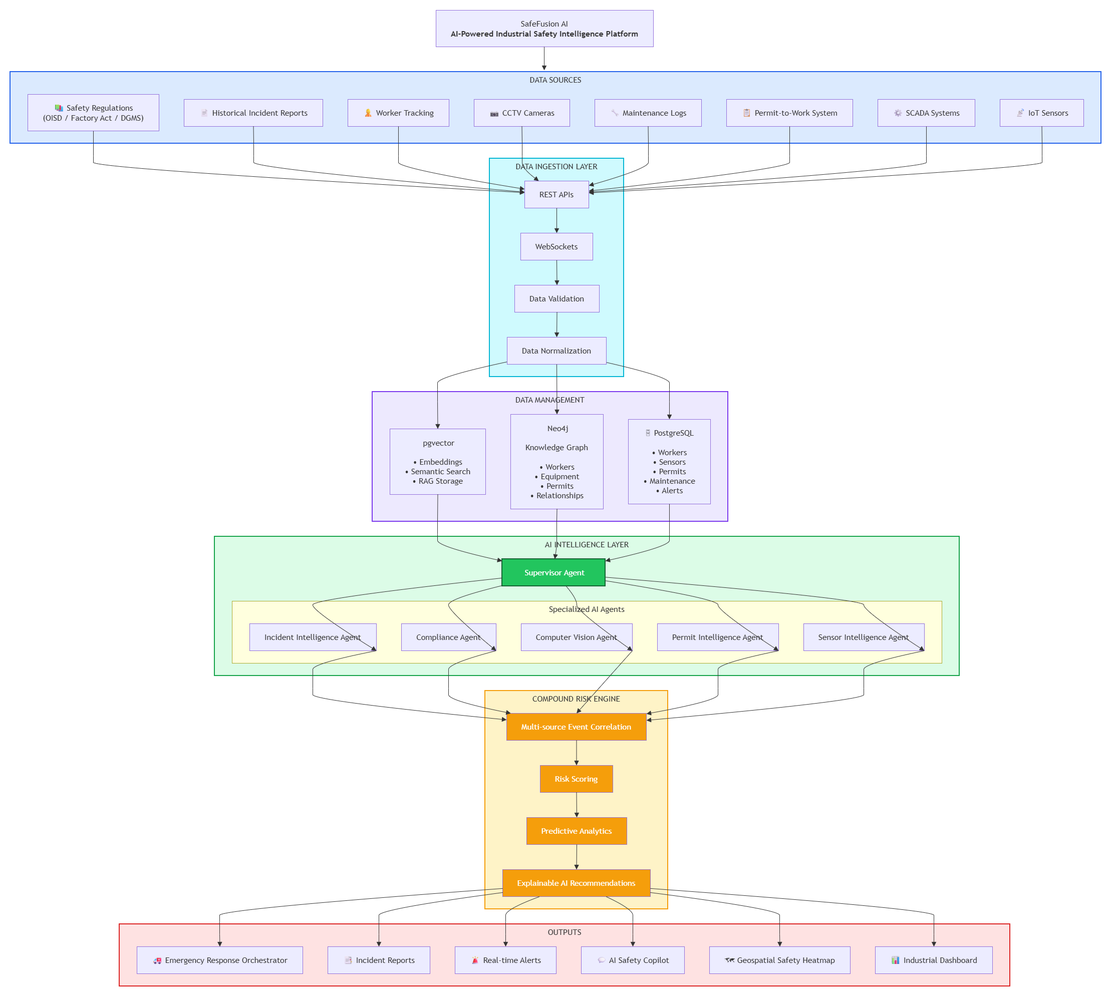
Shalton2005/safefusion-ai keeps this draw.io diagram as diagrams/high-level-architecture.png. Above is the earlier version. Source tidied: cells renumbered, new cells last; positions are measured from the earlier drawing's top-left corner, leaving out a move shared by most shapes.
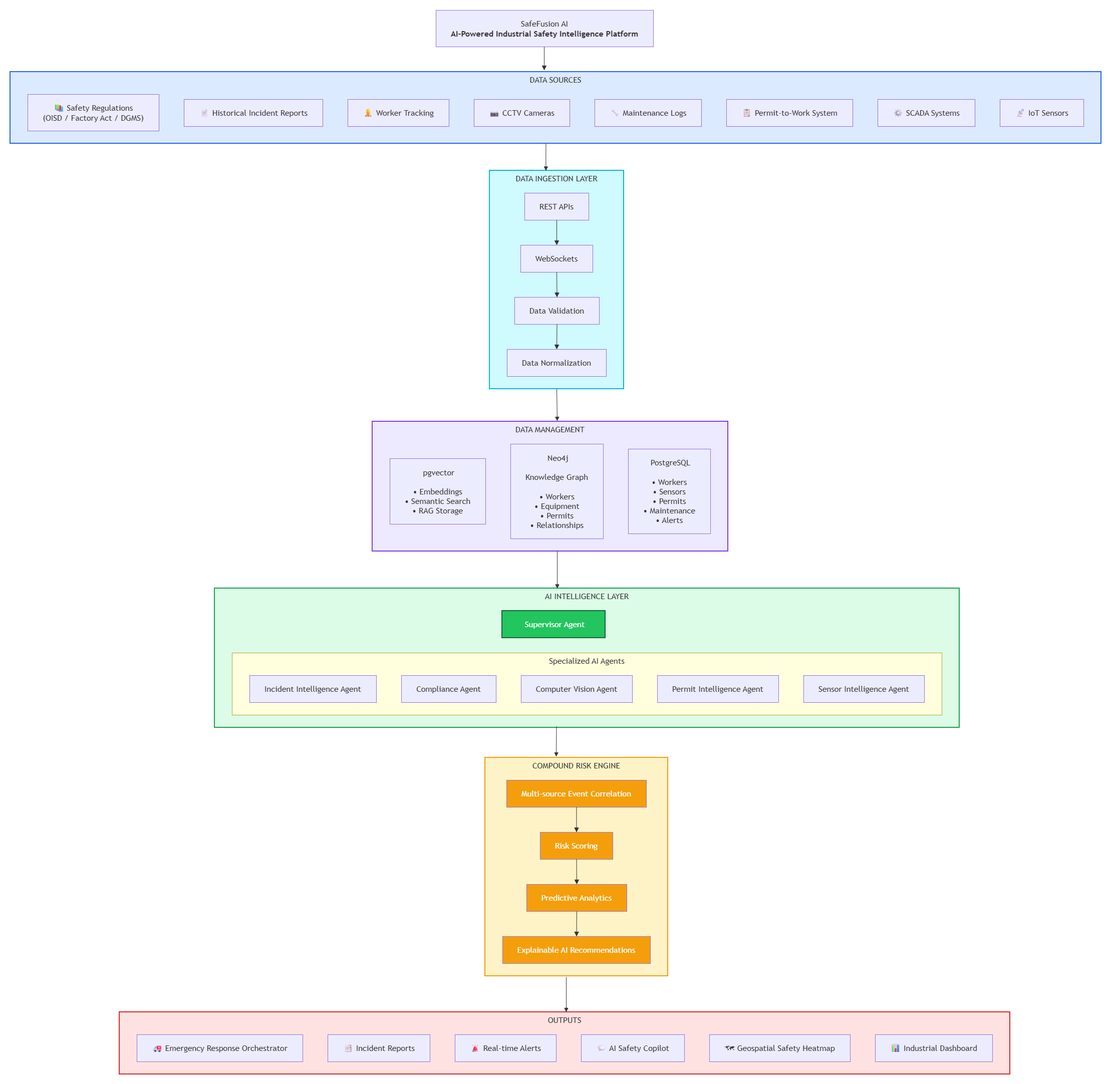
After the commit.

Commit message:
high-level architecture

Diff of the diagram source:
```diff
@@ -33,7 +33,7 @@
       <mxGeometry x="35" y="45" width="262" height="73" as="geometry" />
     </mxCell>
     <mxCell id="12" value="DATA INGESTION LAYER" style="html=1;whiteSpace=wrap;strokeWidth=2;verticalAlign=top;fillColor=#CFFAFE;strokeColor=#06B6D4;fontColor=light-dark(#333333,#cccccc);fontFamily=Trebuchet MS,Verdana,Arial,sans-serif;fontSize=16;" parent="2" vertex="1">
-      <mxGeometry x="997" y="366" width="268" height="436" as="geometry" />
+      <mxGeometry x="997" y="390" width="268" height="436" as="geometry" />
     </mxCell>
     <mxCell id="13" value="REST APIs" style="html=1;whiteSpace=wrap;strokeWidth=1;fillColor=light-dark(#ECECFF,#1f2020);strokeColor=light-dark(#9370DB,#cccccc);fontColor=light-dark(#333333,#cccccc);fontFamily=Trebuchet MS,Verdana,Arial,sans-serif;fontSize=16;" parent="12" vertex="1">
       <mxGeometry x="70" y="45" width="128" height="54" as="geometry" />
@@ -57,9 +57,9 @@
       <mxGeometry relative="1" as="geometry" />
     </mxCell>
     <mxCell id="20" value="DATA MANAGEMENT" style="html=1;whiteSpace=wrap;strokeWidth=2;verticalAlign=top;fillColor=#EDE9FE;strokeColor=#7C3AED;fontColor=light-dark(#333333,#cccccc);fontFamily=Trebuchet MS,Verdana,Arial,sans-serif;fontSize=16;" parent="2" vertex="1">
-      <mxGeometry x="763" y="832" width="710" height="259" as="geometry" />
+      <mxGeometry x="763" y="891" width="710" height="259" as="geometry" />
     </mxCell>
-    <mxCell id="21" value="🗄 PostgreSQL&#10;&#10;• Workers&#10;• Sensors&#10;• Permits&#10;• Maintenance&#10;• Alerts" style="html=1;whiteSpace=wrap;strokeWidth=1;fillColor=light-dark(#ECECFF,#1f2020);strokeColor=light-dark(#9370DB,#cccccc);fontColor=light-dark(#333333,#cccccc);fontFamily=Trebuchet MS,Verdana,Arial,sans-serif;fontSize=16;" parent="20" vertex="1">
+    <mxCell id="21" value="&amp;nbsp;PostgreSQL&lt;br&gt;&lt;br&gt;• Workers&lt;br&gt;• Sensors&lt;br&gt;• Permits&lt;br&gt;• Maintenance&lt;br&gt;• Alerts" style="html=1;whiteSpace=wrap;strokeWidth=1;fillColor=light-dark(#ECECFF,#1f2020);strokeColor=light-dark(#9370DB,#cccccc);fontColor=light-dark(#333333,#cccccc);fontFamily=Trebuchet MS,Verdana,Arial,sans-serif;fontSize=16;" parent="20" vertex="1">
       <mxGeometry x="511" y="55" width="164" height="169" as="geometry" />
     </mxCell>
     <mxCell id="22" value="&amp;nbsp;Neo4j&lt;br&gt;&lt;br&gt;Knowledge Graph&lt;br&gt;&lt;br&gt;• Workers&lt;br&gt;• Equipment&lt;br&gt;• Permits&lt;br&gt;• Relationships" style="html=1;whiteSpace=wrap;strokeWidth=1;fillColor=light-dark(#ECECFF,#1f2020);strokeColor=light-dark(#9370DB,#cccccc);fontColor=light-dark(#333333,#cccccc);fontFamily=Trebuchet MS,Verdana,Arial,sans-serif;fontSize=16;" parent="20" vertex="1">
@@ -69,7 +69,7 @@
       <mxGeometry x="35" y="74" width="191" height="131" as="geometry" />
     </mxCell>
     <mxCell id="24" value="AI INTELLIGENCE LAYER" style="html=1;whiteSpace=wrap;strokeWidth=2;verticalAlign=top;fillColor=#DCFCE7;strokeColor=#16A34A;fontColor=light-dark(#333333,#cccccc);fontFamily=Trebuchet MS,Verdana,Arial,sans-serif;fontSize=16;" parent="2" vertex="1">
-      <mxGeometry x="448" y="1121" width="1487" height="278" as="geometry" />
+      <mxGeometry x="448" y="1224" width="1487" height="278" as="geometry" />
     </mxCell>
     <mxCell id="25" value="Specialized AI Agents" style="html=1;whiteSpace=wrap;strokeWidth=1;verticalAlign=top;fillColor=light-dark(#ffffde,#1f2020);strokeColor=light-dark(#aaaa33,#cccccc);fontColor=light-dark(#333333,#cccccc);fontFamily=Trebuchet MS,Verdana,Arial,sans-serif;fontSize=16;" parent="24" vertex="1">
       <mxGeometry x="35" y="129" width="1417" height="124" as="geometry" />
@@ -92,48 +92,8 @@
     <mxCell id="31" value="&amp;nbsp;Supervisor Agent" style="html=1;whiteSpace=wrap;strokeWidth=2;fillColor=#22C55E;strokeColor=#166534;fontColor=#fff;fontFamily=Trebuchet MS,Verdana,Arial,sans-serif;fontSize=16;" parent="24" vertex="1">
       <mxGeometry x="574" y="45" width="206" height="54" as="geometry" />
     </mxCell>
-    <mxCell id="32" style="curved=1;startArrow=none;endArrow=block;endSize=7;strokeColor=light-dark(#333333,#cccccc);exitX=1;exitY=0.67;entryX=1;entryY=1;rounded=0;" parent="24" edge="1" source="31" target="26">
-      <mxGeometry relative="1" as="geometry">
-        <Array as="points">
-          <mxPoint x="1296" y="124" />
-          <mxPoint x="1296" y="149" />
-        </Array>
-      </mxGeometry>
-    </mxCell>
-    <mxCell id="33" style="curved=1;startArrow=none;endArrow=block;endSize=7;strokeColor=light-dark(#333333,#cccccc);exitX=1;exitY=0.8;entryX=1;entryY=1;rounded=0;" parent="24" edge="1" source="31" target="27">
-      <mxGeometry relative="1" as="geometry">
-        <Array as="points">
-          <mxPoint x="1005" y="124" />
-          <mxPoint x="1005" y="149" />
-        </Array>
-      </mxGeometry>
-    </mxCell>
-    <mxCell id="34" style="curved=1;startArrow=none;endArrow=block;endSize=7;strokeColor=light-dark(#333333,#cccccc);exitX=0.62;exitY=1;entryX=1;entryY=1;rounded=0;" parent="24" edge="1" source="31" target="28">
-      <mxGeometry relative="1" as="geometry">
-        <Array as="points">
-          <mxPoint x="723" y="124" />
-          <mxPoint x="723" y="149" />
-        </Array>
-      </mxGeometry>
-    </mxCell>
-    <mxCell id="35" style="curved=1;startArrow=none;endArrow=block;endSize=7;strokeColor=light-dark(#333333,#cccccc);exitX=0;exitY=0.98;entryX=1;entryY=1;rounded=0;" parent="24" edge="1" source="31" target="29">
-      <mxGeometry relative="1" as="geometry">
-        <Array as="points">
-          <mxPoint x="467" y="124" />
-          <mxPoint x="467" y="149" />
-        </Array>
-      </mxGeometry>
-    </mxCell>
-    <mxCell id="36" style="curved=1;startArrow=none;endArrow=block;endSize=7;strokeColor=light-dark(#333333,#cccccc);exitX=0;exitY=0.7;entryX=1;entryY=1;rounded=0;" parent="24" edge="1" source="31" target="30">
-      <mxGeometry relative="1" as="geometry">
-        <Array as="points">
-          <mxPoint x="196" y="124" />
-          <mxPoint x="196" y="149" />
-        </Array>
-      </mxGeometry>
-    </mxCell>
     <mxCell id="37" value="COMPOUND RISK ENGINE" style="html=1;whiteSpace=wrap;strokeWidth=2;verticalAlign=top;fillColor=#FEF3C7;strokeColor=#F59E0B;fontColor=light-dark(#333333,#cccccc);fontFamily=Trebuchet MS,Verdana,Arial,sans-serif;fontSize=16;" parent="2" vertex="1">
-      <mxGeometry x="988" y="1429" width="365" height="436" as="geometry" />
+      <mxGeometry x="988" y="1562" width="365" height="436" as="geometry" />
     </mxCell>
     <mxCell id="38" value="Multi-source Event Correlation" style="html=1;whiteSpace=wrap;strokeWidth=1;fillColor=#F59E0B;strokeColor=light-dark(#9370DB,#cccccc);fontColor=#fff;fontFamily=Trebuchet MS,Verdana,Arial,sans-serif;fontSize=16;" parent="37" vertex="1">
       <mxGeometry x="43" y="45" width="279" height="54" as="geometry" />
@@ -157,7 +117,7 @@
       <mxGeometry relative="1" as="geometry" />
     </mxCell>
     <mxCell id="45" value="OUTPUTS" style="html=1;whiteSpace=wrap;strokeWidth=2;verticalAlign=top;fillColor=#FEE2E2;strokeColor=#DC2626;fontColor=light-dark(#333333,#cccccc);fontFamily=Trebuchet MS,Verdana,Arial,sans-serif;fontSize=16;" parent="2" vertex="1">
-      <mxGeometry x="258" y="1895" width="1778" height="124" as="geometry" />
+      <mxGeometry x="258" y="2070" width="1778" height="124" as="geometry" />
     </mxCell>
     <mxCell id="46" value="📊 Industrial Dashboard" style="html=1;whiteSpace=wrap;strokeWidth=1;fillColor=light-dark(#ECECFF,#1f2020);strokeColor=light-dark(#9370DB,#cccccc);fontColor=light-dark(#333333,#cccccc);fontFamily=Trebuchet MS,Verdana,Arial,sans-serif;fontSize=16;" parent="45" vertex="1">
       <mxGeometry x="1509" y="45" width="234" height="54" as="geometry" />
@@ -186,222 +146,31 @@
         <mxPoint x="1106" y="190" as="targetPoint" />
       </mxGeometry>
     </mxCell>
-    <mxCell id="54" style="curved=1;startArrow=none;endArrow=block;endSize=7;strokeColor=light-dark(#333333,#cccccc);exitX=0.5;exitY=1;entryX=1;entryY=0.44;rounded=0;" parent="2" edge="1" source="4" target="13">
-      <mxGeometry relative="1" as="geometry">
-        <Array as="points">
-          <mxPoint x="2100" y="336" />
-          <mxPoint x="2100" y="361" />
-          <mxPoint x="2100" y="386" />
-        </Array>
-      </mxGeometry>
-    </mxCell>
-    <mxCell id="55" style="curved=1;startArrow=none;endArrow=block;endSize=7;strokeColor=light-dark(#333333,#cccccc);exitX=0.5;exitY=1;entryX=1;entryY=0.41;rounded=0;" parent="2" edge="1" source="5" target="13">
-      <mxGeometry relative="1" as="geometry">
-        <Array as="points">
-          <mxPoint x="1869" y="336" />
-          <mxPoint x="1869" y="361" />
-          <mxPoint x="1869" y="386" />
-        </Array>
-      </mxGeometry>
-    </mxCell>
-    <mxCell id="56" style="curved=1;startArrow=none;endArrow=block;endSize=7;strokeColor=light-dark(#333333,#cccccc);exitX=0.5;exitY=1;entryX=1;entryY=0.37;rounded=0;" parent="2" edge="1" source="6" target="13">
-      <mxGeometry relative="1" as="geometry">
-        <Array as="points">
-          <mxPoint x="1596" y="336" />
-          <mxPoint x="1596" y="361" />
-          <mxPoint x="1596" y="386" />
-        </Array>
-      </mxGeometry>
-    </mxCell>
-    <mxCell id="57" style="curved=1;startArrow=none;endArrow=block;endSize=7;strokeColor=light-dark(#333333,#cccccc);exitX=0.5;exitY=1;entryX=1;entryY=0.17;rounded=0;" parent="2" edge="1" source="7" target="13">
-      <mxGeometry relative="1" as="geometry">
-        <Array as="points">
-          <mxPoint x="1314" y="336" />
-          <mxPoint x="1314" y="361" />
-          <mxPoint x="1314" y="386" />
-        </Array>
-      </mxGeometry>
-    </mxCell>
-    <mxCell id="58" style="curved=1;startArrow=none;endArrow=block;endSize=7;strokeColor=light-dark(#333333,#cccccc);exitX=0.5;exitY=1;entryX=0.22;entryY=0;rounded=0;" parent="2" edge="1" source="8" target="13">
+    <mxCell id="58" style="curved=1;startArrow=none;endArrow=block;strokeColor=light-dark(#333333,#cccccc);rounded=0;entryX=0.24;entryY=0.001;entryDx=0;entryDy=0;entryPerimeter=0;exitX=0.491;exitY=1.005;exitDx=0;exitDy=0;exitPerimeter=0;" parent="2" edge="1" source="3">
       <mxGeometry relative="1" as="geometry">
-        <Array as="points">
-          <mxPoint x="1062" y="336" />
-          <mxPoint x="1062" y="361" />
-          <mxPoint x="1062" y="386" />
-        </Array>
+        <mxPoint x="1109.3" y="390.4" as="targetPoint" />
       </mxGeometry>
     </mxCell>
-    <mxCell id="59" style="curved=1;startArrow=none;endArrow=block;endSize=7;strokeColor=light-dark(#333333,#cccccc);exitX=0.5;exitY=1;entryX=0;entryY=0.3;rounded=0;" parent="2" edge="1" source="9" target="13">
-      <mxGeometry relative="1" as="geometry">
-        <Array as="points">
-          <mxPoint x="815" y="336" />
-          <mxPoint x="815" y="361" />
-          <mxPoint x="815" y="386" />
-        </Array>
-      </mxGeometry>
-    </mxCell>
-    <mxCell id="60" style="curved=1;startArrow=none;endArrow=block;endSize=7;strokeColor=light-dark(#333333,#cccccc);exitX=0.5;exitY=1;entryX=0;entryY=0.41;rounded=0;" parent="2" edge="1" source="10" target="13">
-      <mxGeometry relative="1" as="geometry">
-        <Array as="points">
-          <mxPoint x="526" y="336" />
-          <mxPoint x="526" y="361" />
-          <mxPoint x="526" y="386" />
-        </Array>
-      </mxGeometry>
-    </mxCell>
-    <mxCell id="61" style="curved=1;startArrow=none;endArrow=block;endSize=7;strokeColor=light-dark(#333333,#cccccc);exitX=0.5;exitY=1;entryX=0;entryY=0.43;rounded=0;" parent="2" edge="1" source="11" target="13">
-      <mxGeometry relative="1" as="geometry">
-        <Array as="points">
-          <mxPoint x="206" y="336" />
-          <mxPoint x="206" y="361" />
-          <mxPoint x="206" y="386" />
-        </Array>
-      </mxGeometry>
-    </mxCell>
-    <mxCell id="62" style="curved=1;startArrow=none;endArrow=block;endSize=7;strokeColor=light-dark(#333333,#cccccc);exitX=1;exitY=0.93;entryX=0.5;entryY=0;rounded=0;" parent="2" edge="1" source="16" target="21">
-      <mxGeometry relative="1" as="geometry">
-        <Array as="points">
-          <mxPoint x="1356" y="802" />
-          <mxPoint x="1356" y="827" />
-          <mxPoint x="1356" y="852" />
-        </Array>
-      </mxGeometry>
-    </mxCell>
-    <mxCell id="63" style="curved=1;startArrow=none;endArrow=block;endSize=7;strokeColor=light-dark(#333333,#cccccc);exitX=0.5;exitY=1;entryX=0.5;entryY=0;rounded=0;" parent="2" edge="1" source="16" target="22">
-      <mxGeometry relative="1" as="geometry" />
+    <mxCell id="63" style="curved=1;startArrow=none;endArrow=block;strokeColor=light-dark(#333333,#cccccc);rounded=0;exitX=0.5;exitY=1;exitDx=0;exitDy=0;" parent="2" edge="1" source="12">
+      <mxGeometry relative="1" as="geometry">
+        <mxPoint x="1132" y="890" as="targetPoint" />
+      </mxGeometry>
     </mxCell>
-    <mxCell id="64" style="curved=1;startArrow=none;endArrow=block;endSize=7;strokeColor=light-dark(#333333,#cccccc);exitX=0;exitY=0.91;entryX=0.5;entryY=0;rounded=0;" parent="2" edge="1" source="16" target="23">
-      <mxGeometry relative="1" as="geometry">
-        <Array as="points">
-          <mxPoint x="893" y="802" />
-          <mxPoint x="893" y="827" />
-          <mxPoint x="893" y="852" />
-        </Array>
-      </mxGeometry>
-    </mxCell>
-    <mxCell id="65" style="curved=1;startArrow=none;endArrow=block;endSize=7;strokeColor=light-dark(#333333,#cccccc);exitX=0.5;exitY=1;entryX=1;entryY=0.07;rounded=0;" parent="2" edge="1" source="21" target="31">
-      <mxGeometry relative="1" as="geometry">
-        <Array as="points">
-          <mxPoint x="1356" y="1091" />
-          <mxPoint x="1356" y="1116" />
-          <mxPoint x="1356" y="1141" />
-        </Array>
-      </mxGeometry>
-    </mxCell>
-    <mxCell id="66" style="curved=1;startArrow=none;endArrow=block;endSize=7;strokeColor=light-dark(#333333,#cccccc);exitX=0.5;exitY=1;entryX=0.51;entryY=0;rounded=0;" parent="2" edge="1" source="22" target="31">
+    <mxCell id="66" style="curved=1;startArrow=none;endArrow=block;strokeColor=light-dark(#333333,#cccccc);rounded=0;entryX=0.46;entryY=0.002;entryDx=0;entryDy=0;entryPerimeter=0;" parent="2" edge="1" target="24">
       <mxGeometry relative="1" as="geometry">
-        <Array as="points">
-          <mxPoint x="1131" y="1091" />
-          <mxPoint x="1131" y="1116" />
-          <mxPoint x="1131" y="1141" />
-        </Array>
+        <mxPoint x="1132" y="1150" as="sourcePoint" />
       </mxGeometry>
     </mxCell>
-    <mxCell id="67" style="curved=1;startArrow=none;endArrow=block;endSize=7;strokeColor=light-dark(#333333,#cccccc);exitX=0.5;exitY=1;entryX=0;entryY=0.07;rounded=0;" parent="2" edge="1" source="23" target="31">
-      <mxGeometry relative="1" as="geometry">
-        <Array as="points">
-          <mxPoint x="893" y="1091" />
-          <mxPoint x="893" y="1116" />
-          <mxPoint x="893" y="1141" />
-        </Array>
-      </mxGeometry>
-    </mxCell>
-    <mxCell id="68" style="curved=1;startArrow=none;endArrow=block;endSize=7;strokeColor=light-dark(#333333,#cccccc);exitX=1;exitY=1;entryX=1;entryY=0.26;rounded=0;" parent="2" edge="1" source="26" target="38">
-      <mxGeometry relative="1" as="geometry">
-        <Array as="points">
-          <mxPoint x="1744" y="1374" />
-          <mxPoint x="1744" y="1399" />
-          <mxPoint x="1744" y="1424" />
-          <mxPoint x="1744" y="1449" />
-        </Array>
-      </mxGeometry>
-    </mxCell>
-    <mxCell id="69" style="curved=1;startArrow=none;endArrow=block;endSize=7;strokeColor=light-dark(#333333,#cccccc);exitX=1;exitY=1;entryX=1;entryY=0.02;rounded=0;" parent="2" edge="1" source="27" target="38">
-      <mxGeometry relative="1" as="geometry">
-        <Array as="points">
-          <mxPoint x="1453" y="1374" />
-          <mxPoint x="1453" y="1399" />
-          <mxPoint x="1453" y="1424" />
-          <mxPoint x="1453" y="1449" />
-        </Array>
-      </mxGeometry>
-    </mxCell>
-    <mxCell id="70" style="curved=1;startArrow=none;endArrow=block;endSize=7;strokeColor=light-dark(#333333,#cccccc);exitX=1;exitY=1;entryX=0.5;entryY=0;rounded=0;" parent="2" edge="1" source="28" target="38">
-      <mxGeometry relative="1" as="geometry" />
-    </mxCell>
-    <mxCell id="71" style="curved=1;startArrow=none;endArrow=block;endSize=7;strokeColor=light-dark(#333333,#cccccc);exitX=1;exitY=1;entryX=0.03;entryY=0;rounded=0;" parent="2" edge="1" source="29" target="38">
-      <mxGeometry relative="1" as="geometry">
-        <Array as="points">
-          <mxPoint x="915" y="1374" />
-          <mxPoint x="915" y="1399" />
-          <mxPoint x="915" y="1424" />
-          <mxPoint x="915" y="1449" />
-        </Array>
-      </mxGeometry>
-    </mxCell>
-    <mxCell id="72" style="curved=1;startArrow=none;endArrow=block;endSize=7;strokeColor=light-dark(#333333,#cccccc);exitX=1;exitY=1;entryX=0;entryY=0.24;rounded=0;" parent="2" edge="1" source="30" target="38">
-      <mxGeometry relative="1" as="geometry">
-        <Array as="points">
-          <mxPoint x="644" y="1374" />
-          <mxPoint x="644" y="1399" />
-          <mxPoint x="644" y="1424" />
-          <mxPoint x="644" y="1449" />
-        </Array>
-      </mxGeometry>
-    </mxCell>
-    <mxCell id="73" style="curved=1;startArrow=none;endArrow=block;endSize=7;strokeColor=light-dark(#333333,#cccccc);exitX=1;exitY=0.7;entryX=0.5;entryY=0;rounded=0;" parent="2" edge="1" source="41" target="46">
-      <mxGeometry relative="1" as="geometry">
-        <Array as="points">
-          <mxPoint x="1884" y="1865" />
-          <mxPoint x="1884" y="1890" />
-          <mxPoint x="1884" y="1915" />
-        </Array>
-      </mxGeometry>
-    </mxCell>
-    <mxCell id="74" style="curved=1;startArrow=none;endArrow=block;endSize=7;strokeColor=light-dark(#333333,#cccccc);exitX=1;exitY=0.85;entryX=0.5;entryY=0;rounded=0;" parent="2" edge="1" source="41" target="47">
-      <mxGeometry relative="1" as="geometry">
-        <Array as="points">
-          <mxPoint x="1576" y="1865" />
-          <mxPoint x="1576" y="1890" />
-          <mxPoint x="1576" y="1915" />
-        </Array>
-      </mxGeometry>
-    </mxCell>
-    <mxCell id="75" style="curved=1;startArrow=none;endArrow=block;endSize=7;strokeColor=light-dark(#333333,#cccccc);exitX=0.7;exitY=1;entryX=0.5;entryY=0;rounded=0;" parent="2" edge="1" source="41" target="48">
+    <mxCell id="75" style="curved=1;startArrow=none;endArrow=block;strokeColor=light-dark(#333333,#cccccc);rounded=0;" parent="2" edge="1">
       <mxGeometry relative="1" as="geometry">
-        <Array as="points">
-          <mxPoint x="1283" y="1865" />
-          <mxPoint x="1283" y="1890" />
-          <mxPoint x="1283" y="1915" />
-        </Array>
+        <mxPoint x="1150" y="2000" as="sourcePoint" />
+        <mxPoint x="1150" y="2070" as="targetPoint" />
       </mxGeometry>
     </mxCell>
-    <mxCell id="76" style="curved=1;startArrow=none;endArrow=block;endSize=7;strokeColor=light-dark(#333333,#cccccc);exitX=0.25;exitY=1;entryX=0.5;entryY=0;rounded=0;" parent="2" edge="1" source="41" target="49">
-      <mxGeometry relative="1" as="geometry">
-        <Array as="points">
-          <mxPoint x="1029" y="1865" />
-          <mxPoint x="1029" y="1890" />
-          <mxPoint x="1029" y="1915" />
-        </Array>
-      </mxGeometry>
-    </mxCell>
-    <mxCell id="77" style="curved=1;startArrow=none;endArrow=block;endSize=7;strokeColor=light-dark(#333333,#cccccc);exitX=0;exitY=0.85;entryX=0.5;entryY=0;rounded=0;" parent="2" edge="1" source="41" target="50">
-      <mxGeometry relative="1" as="geometry">
-        <Array as="points">
-          <mxPoint x="776" y="1865" />
-          <mxPoint x="776" y="1890" />
-          <mxPoint x="776" y="1915" />
-        </Array>
-      </mxGeometry>
-    </mxCell>
-    <mxCell id="78" style="curved=1;startArrow=none;endArrow=block;endSize=7;strokeColor=light-dark(#333333,#cccccc);exitX=0;exitY=0.7;entryX=0.5;entryY=0;rounded=0;" parent="2" edge="1" source="41" target="51">
-      <mxGeometry relative="1" as="geometry">
-        <Array as="points">
-          <mxPoint x="458" y="1865" />
-          <mxPoint x="458" y="1890" />
-          <mxPoint x="458" y="1915" />
-        </Array>
-      </mxGeometry>
-    </mxCell>
+    <mxCell id="79" style="curved=1;startArrow=none;endArrow=block;strokeColor=light-dark(#333333,#cccccc);rounded=0;exitX=0.459;exitY=0.993;exitDx=0;exitDy=0;exitPerimeter=0;" parent="1" edge="1" source="24">
+      <mxGeometry relative="1" as="geometry">
+        <mxPoint x="1130" y="1560" as="targetPoint" />
+      </mxGeometry>
+    </mxCell>
   </root>
 </mxGraphModel>
```
